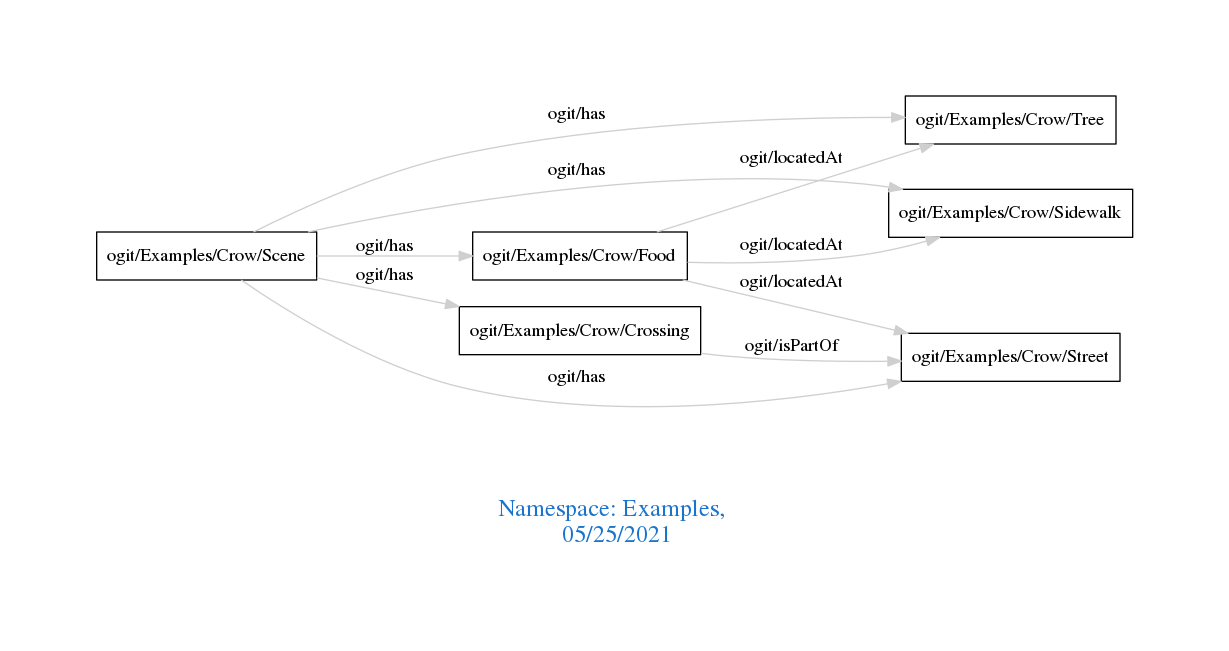
Before: downloads/Examples.png, a diagram exported from Graphviz (arago/OGIT). Its source is kept beside it as downloads/Examples.dot.
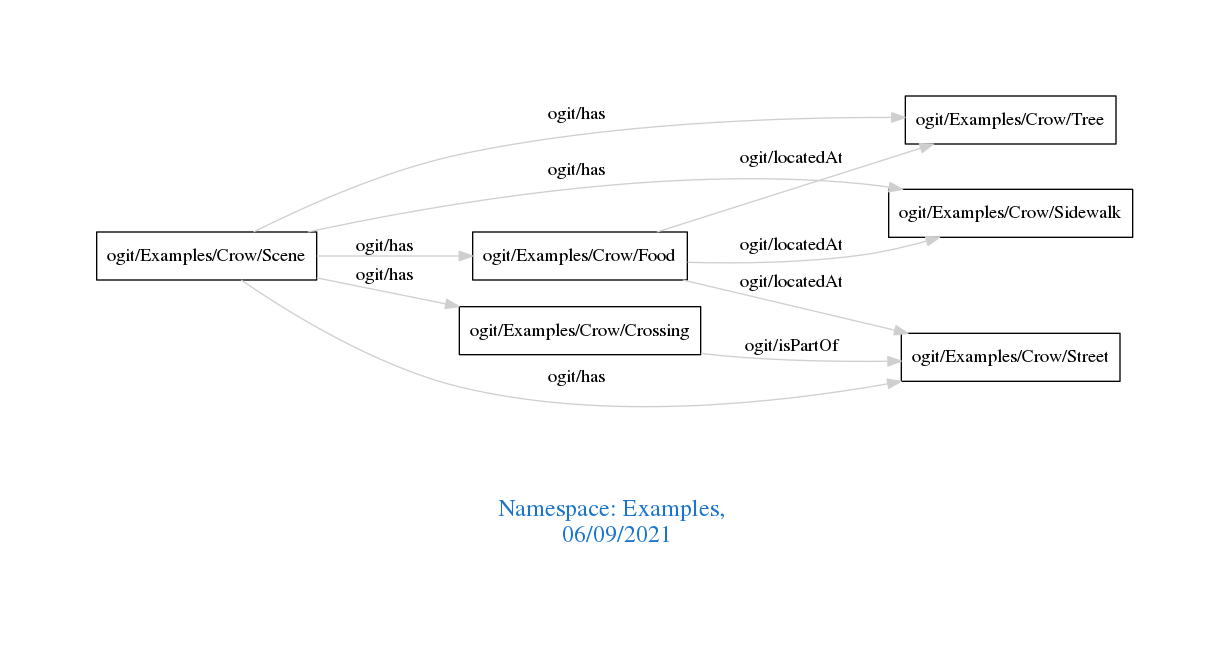
The same file after the commit.

What changed in the source:
```diff
@@ -1,7 +1,7 @@
 digraph OGIT_ontology {
  graph [ rankdir= LR,pad=1
 fontsize = 18,
-fontcolor= dodgerblue3,label = "\n\n\nNamespace: Examples, \n 05/25/2021"];
+fontcolor= dodgerblue3,label = "\n\n\nNamespace: Examples, \n 06/09/2021"];
 node[shape=polygon];
 edge [  color="gray81"];
 
```
